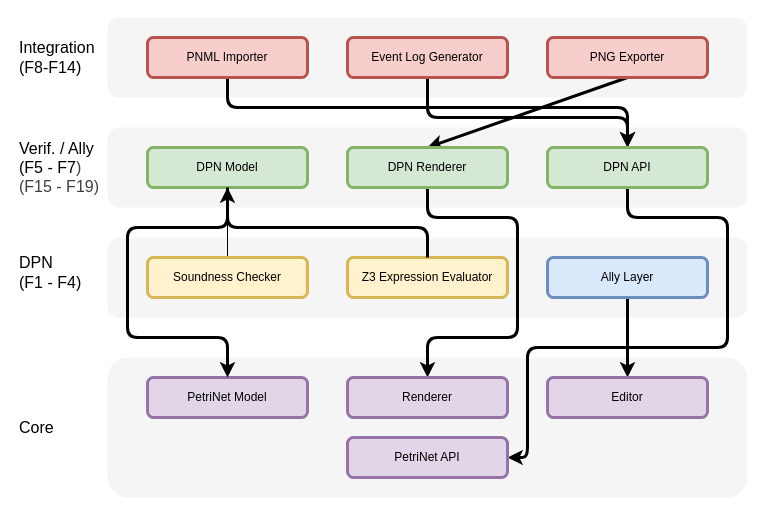
Above: page "Page-1" (2 of 2) of docs/architecture.drawio in chimenkamp/YAPNE-Yet-Another-Petri-Net-Editor (draw.io), before the change. Source tidied: cells renumbered, new cells numbered last; positions are measured from the earlier drawing's top-left corner, leaving out a move shared by most shapes. Both pictures are drawn from the tidied source at 100%, with x=0, y=0 at pixel (17, 17).
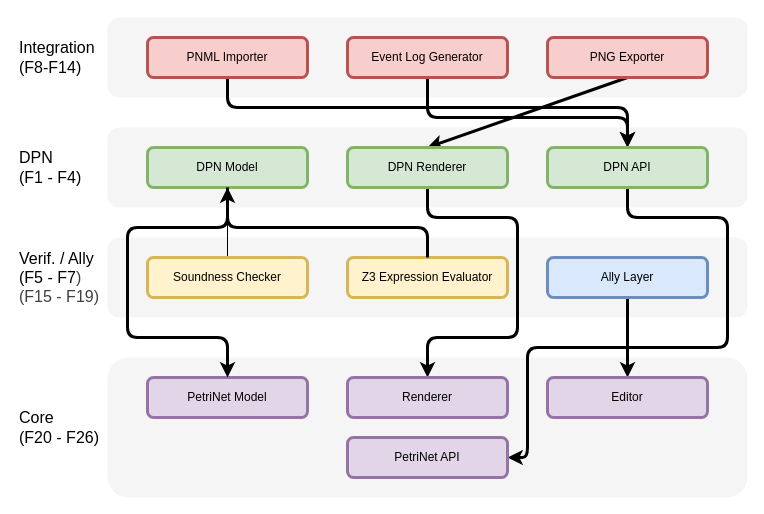
Above is the later version.

Commit message (it also covers changes not shown here):
Add DPN-to-PPL translation docs and update architecture

What changed in the source:
```diff
@@
     <mxCell id="29" value="Verif. / Ally&lt;div&gt;(F5 - F7&lt;span style=&quot;color: rgb(63, 63, 63); background-color: transparent;&quot;&gt;)&lt;/span&gt;&lt;/div&gt;&lt;div&gt;&lt;span style=&quot;color: rgb(63, 63, 63); background-color: transparent;&quot;&gt;(F15 - F19)&lt;/span&gt;&lt;/div&gt;" style="text;html=1;align=left;verticalAlign=middle;whiteSpace=wrap;rounded=0;fontSize=16;" parent="1" vertex="1">
-      <mxGeometry y="135" width="90" height="30" as="geometry" />
+      <mxGeometry y="245" width="90" height="30" as="geometry" />
     </mxCell>
     <mxCell id="30" value="&lt;div&gt;&lt;font color=&quot;#000000&quot;&gt;DPN&lt;/font&gt;&lt;/div&gt;&lt;div&gt;(F1 - F4)&lt;/div&gt;" style="text;html=1;align=left;verticalAlign=middle;whiteSpace=wrap;rounded=0;fontSize=16;" parent="1" vertex="1">
-      <mxGeometry y="240" width="90" height="30" as="geometry" />
+      <mxGeometry y="135" width="90" height="30" as="geometry" />
     </mxCell>
-    <mxCell id="31" value="&lt;div&gt;&lt;font color=&quot;#000000&quot;&gt;Core&lt;/font&gt;&lt;/div&gt;" style="text;html=1;align=left;verticalAlign=middle;whiteSpace=wrap;rounded=0;fontSize=16;" parent="1" vertex="1">
+    <mxCell id="31" value="&lt;div&gt;&lt;font color=&quot;#000000&quot;&gt;Core&lt;/font&gt;&lt;/div&gt;&lt;div&gt;&lt;font color=&quot;#000000&quot;&gt;(F20 - F26)&lt;/font&gt;&lt;/div&gt;" style="text;html=1;align=left;verticalAlign=middle;whiteSpace=wrap;rounded=0;fontSize=16;" parent="1" vertex="1">
       <mxGeometry y="395" width="90" height="30" as="geometry" />
     </mxCell>
```
